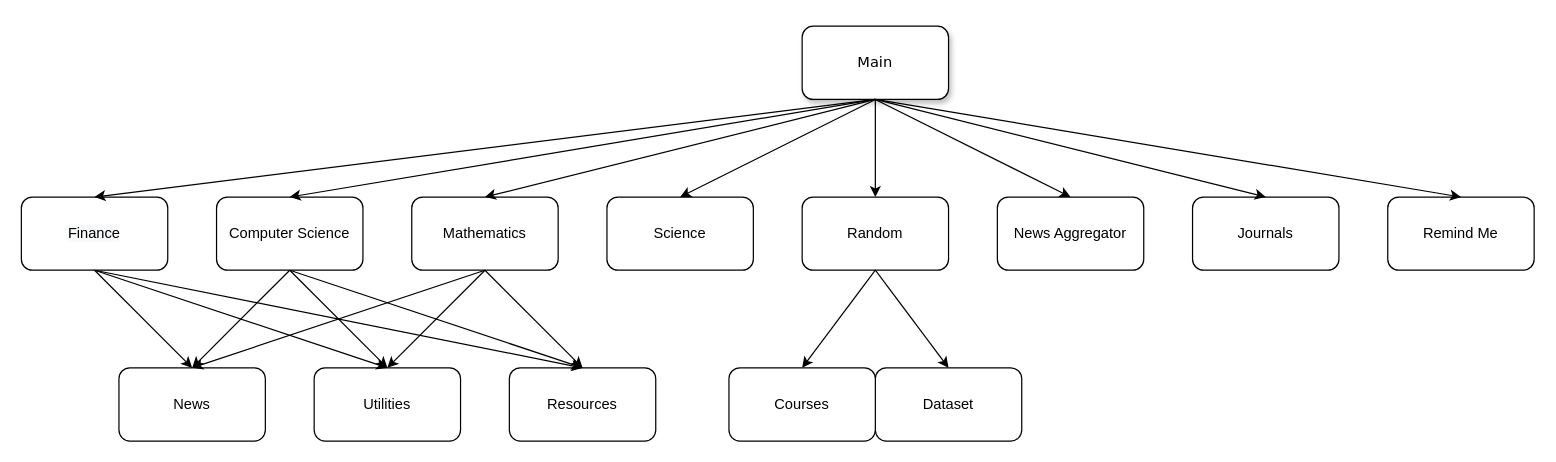
Before: draw.drawio in Scavix/Scavix.github.io, a draw.io diagram. Source tidied: cells renumbered, new cells numbered last; positions are measured from the earlier drawing's top-left corner, leaving out a move shared by most shapes. Both pictures are drawn from the tidied source at 122%, with x=0, y=0 at pixel (21, 26).
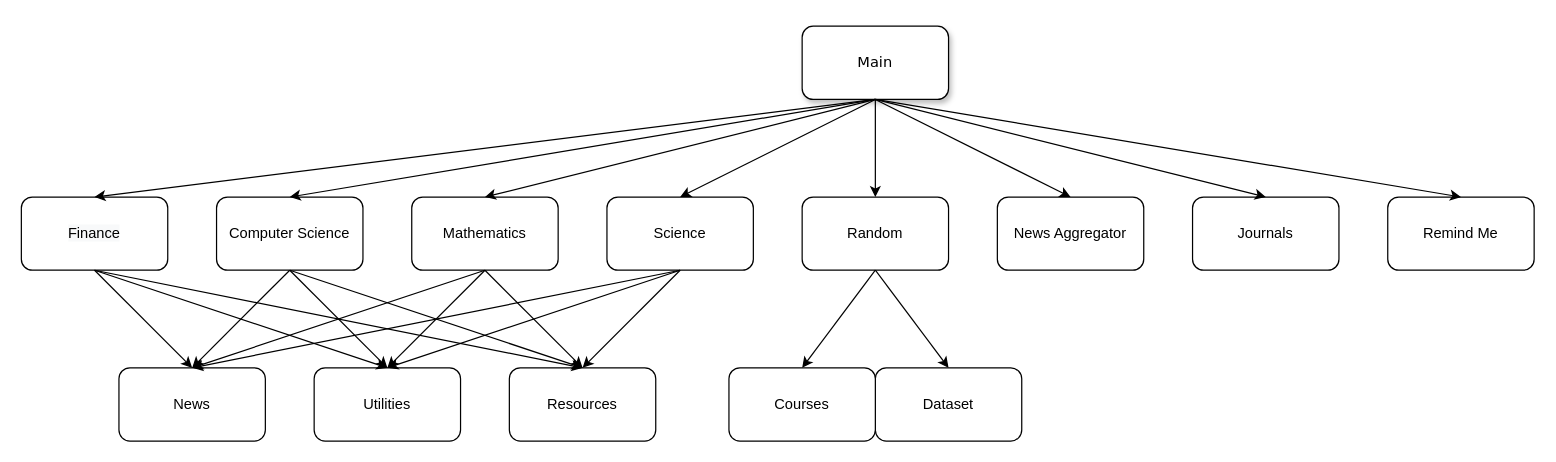
After the change.

The change refers to these unchanged cells:
```xml
<mxCell id="3" value="Science" style="rounded=1;whiteSpace=wrap;html=1;" parent="1" vertex="1">
  <mxGeometry x="480" y="140" width="120" height="60" as="geometry" />
</mxCell>
<mxCell id="11" value="Resources" style="rounded=1;whiteSpace=wrap;html=1;" parent="1" vertex="1">
  <mxGeometry x="400" y="280" width="120" height="60" as="geometry" />
</mxCell>
<mxCell id="12" value="News" style="rounded=1;whiteSpace=wrap;html=1;" parent="1" vertex="1">
  <mxGeometry x="80" y="280" width="120" height="60" as="geometry" />
</mxCell>
<mxCell id="13" value="Utilities" style="rounded=1;whiteSpace=wrap;html=1;" parent="1" vertex="1">
  <mxGeometry x="240" y="280" width="120" height="60" as="geometry" />
</mxCell>
```

The edit, as a diff of the source:
```diff
@@
+    <mxCell id="35" style="endArrow=classic;html=1;exitX=0.5;exitY=1;exitDx=0;exitDy=0;entryX=0.5;entryY=0;entryDx=0;entryDy=0;" parent="1" edge="1" source="3" target="12">
+      <mxGeometry relative="1" as="geometry" />
+    </mxCell>
+    <mxCell id="36" style="endArrow=classic;html=1;entryX=0.5;entryY=0;entryDx=0;entryDy=0;" parent="1" edge="1" target="13">
+      <mxGeometry relative="1" as="geometry">
+        <mxPoint x="540" y="200" as="sourcePoint" />
+      </mxGeometry>
+    </mxCell>
+    <mxCell id="37" style="endArrow=classic;html=1;exitX=0.5;exitY=1;exitDx=0;exitDy=0;entryX=0.5;entryY=0;entryDx=0;entryDy=0;" parent="1" edge="1" source="3" target="11">
+      <mxGeometry relative="1" as="geometry" />
+    </mxCell>
```
